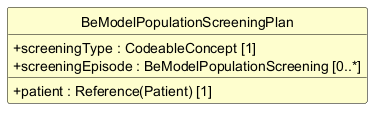
caresets/caresets-src keeps this PlantUML diagram as exports/diagrams/BeModelPopulationScreeningPlan-uml.png. Above is the earlier version.
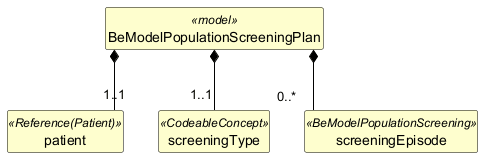
The same file after the commit.

Diff of the diagram source:
```diff
@@ -12,10 +12,19 @@
 hide circle
 hide empty members
 
-class "BeModelPopulationScreeningPlan" as BeModelPopulationScreeningPlan {
-  +patient : Reference(Patient) [1]
-  +screeningType : CodeableConcept [1]
-  +screeningEpisode : BeModelPopulationScreening [0..*]
+class "BeModelPopulationScreeningPlan" as BeModelPopulationScreeningPlan <<model>> {
 }
 
+class "patient" as BeModelPopulationScreeningPlan_patient <<Reference(Patient)>> {
+}
+
+class "screeningType" as BeModelPopulationScreeningPlan_screeningType <<CodeableConcept>> {
+}
+
+class "screeningEpisode" as BeModelPopulationScreeningPlan_screeningEpisode <<BeModelPopulationScreening>> {
+}
+
+BeModelPopulationScreeningPlan *-- "1..1" BeModelPopulationScreeningPlan_patient
+BeModelPopulationScreeningPlan *-- "1..1" BeModelPopulationScreeningPlan_screeningType
+BeModelPopulationScreeningPlan *-- "0..*" BeModelPopulationScreeningPlan_screeningEpisode
 @enduml
```
